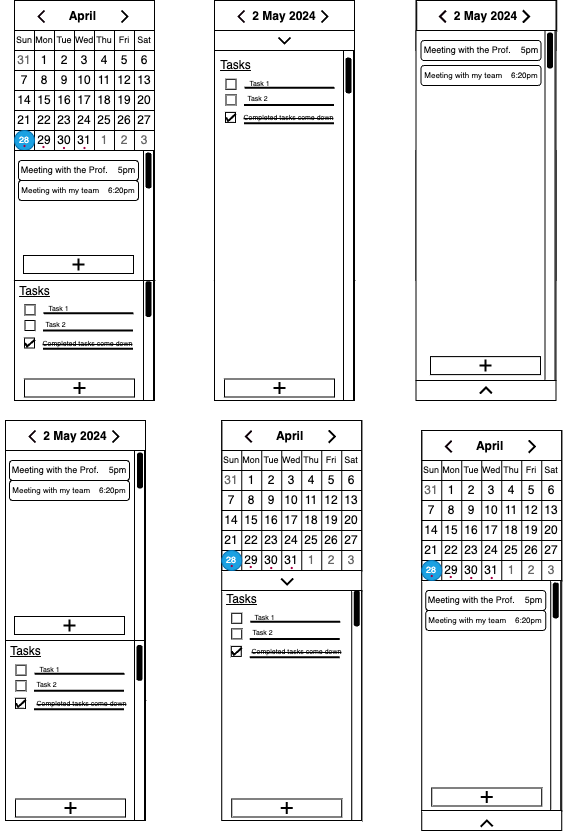
cse110-sp24-group9/CSE110-Project keeps this draw.io diagram as specs/brainstorm/draft2/Assets/sidebar-views.drawio.png. Above is the earlier version. Source tidied: cells renumbered, new cells last; positions are measured from the earlier drawing's top-left corner, leaving out a move shared by most shapes.
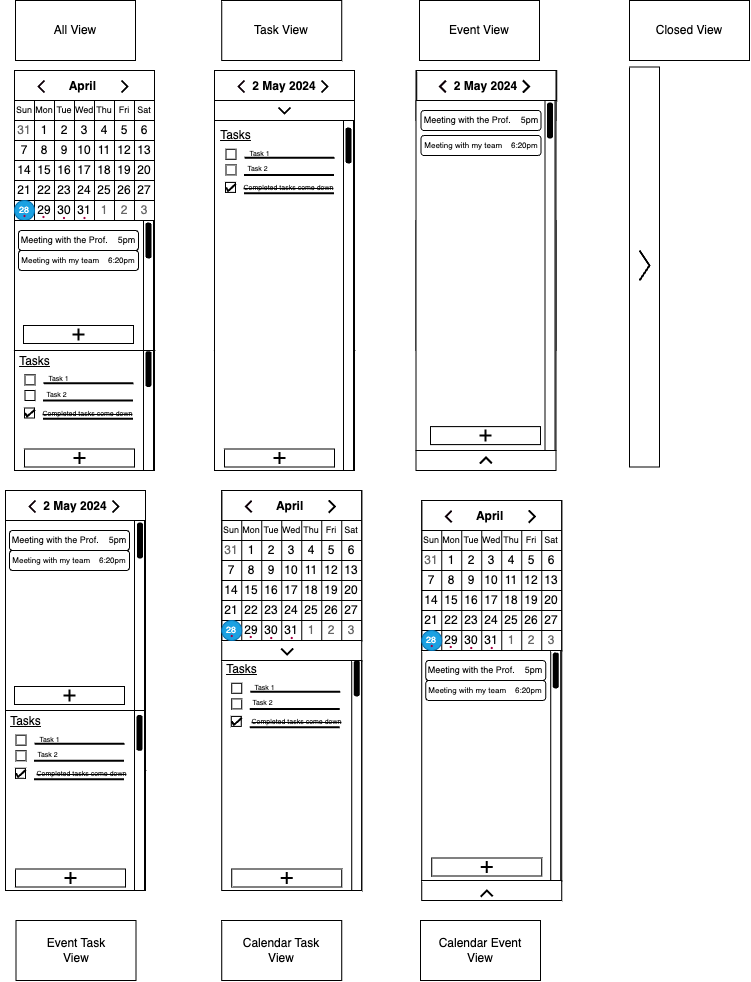
Above is the later version.

The edit, as a diff of the source:
```diff
@@ -947,5 +947,32 @@
     <mxCell id="316" value="&lt;strike&gt;&lt;font style=&quot;font-size: 7px;&quot;&gt;Completed tasks come down&lt;/font&gt;&lt;/strike&gt;" style="text;html=1;strokeColor=none;fillColor=none;align=center;verticalAlign=middle;whiteSpace=wrap;rounded=0;shadow=0;sketch=0;fontSize=8;" parent="1" vertex="1">
       <mxGeometry x="27" y="693.6" width="109" height="18.4" as="geometry" />
     </mxCell>
+    <mxCell id="317" style="rounded=0;whiteSpace=wrap;html=1;strokeColor=#000000;fillColor=#FFFFFF;" parent="1" vertex="1">
+      <mxGeometry x="629" y="-3.5" width="30" height="400" as="geometry" />
+    </mxCell>
+    <mxCell id="318" style="html=1;verticalLabelPosition=bottom;labelBackgroundColor=#ffffff;verticalAlign=top;shadow=0;dashed=0;strokeWidth=2;shape=mxgraph.ios7.misc.right;strokeColor=#000000;fillColor=#FFFFFF;" parent="1" vertex="1">
+      <mxGeometry x="639" y="180" width="10" height="30" as="geometry" />
+    </mxCell>
+    <mxCell id="319" value="All View" style="rounded=0;whiteSpace=wrap;html=1;strokeColor=#000000;fillColor=#FFFFFF;" parent="1" vertex="1">
+      <mxGeometry x="15" y="-70" width="120" height="60" as="geometry" />
+    </mxCell>
+    <mxCell id="320" value="Task View" style="rounded=0;whiteSpace=wrap;html=1;strokeColor=#000000;fillColor=#FFFFFF;" parent="1" vertex="1">
+      <mxGeometry x="221.2" y="-70" width="120" height="60" as="geometry" />
+    </mxCell>
+    <mxCell id="321" value="Event View" style="rounded=0;whiteSpace=wrap;html=1;strokeColor=#000000;fillColor=#FFFFFF;" parent="1" vertex="1">
+      <mxGeometry x="419" y="-70" width="120" height="60" as="geometry" />
+    </mxCell>
+    <mxCell id="322" value="Closed View" style="rounded=0;whiteSpace=wrap;html=1;strokeColor=#000000;fillColor=#FFFFFF;" parent="1" vertex="1">
+      <mxGeometry x="629" y="-70" width="120" height="60" as="geometry" />
+    </mxCell>
+    <mxCell id="323" value="Event Task&lt;br&gt;View" style="rounded=0;whiteSpace=wrap;html=1;strokeColor=#000000;fillColor=#FFFFFF;" parent="1" vertex="1">
+      <mxGeometry x="15.5" y="850" width="120" height="60" as="geometry" />
+    </mxCell>
+    <mxCell id="324" value="Calendar Task&lt;br&gt;View" style="rounded=0;whiteSpace=wrap;html=1;strokeColor=#000000;fillColor=#FFFFFF;" parent="1" vertex="1">
+      <mxGeometry x="221.2" y="850" width="120" height="60" as="geometry" />
+    </mxCell>
+    <mxCell id="325" value="Calendar Event&lt;br&gt;View" style="rounded=0;whiteSpace=wrap;html=1;strokeColor=#000000;fillColor=#FFFFFF;" parent="1" vertex="1">
+      <mxGeometry x="420" y="850" width="120" height="60" as="geometry" />
+    </mxCell>
   </root>
 </mxGraphModel>
```
